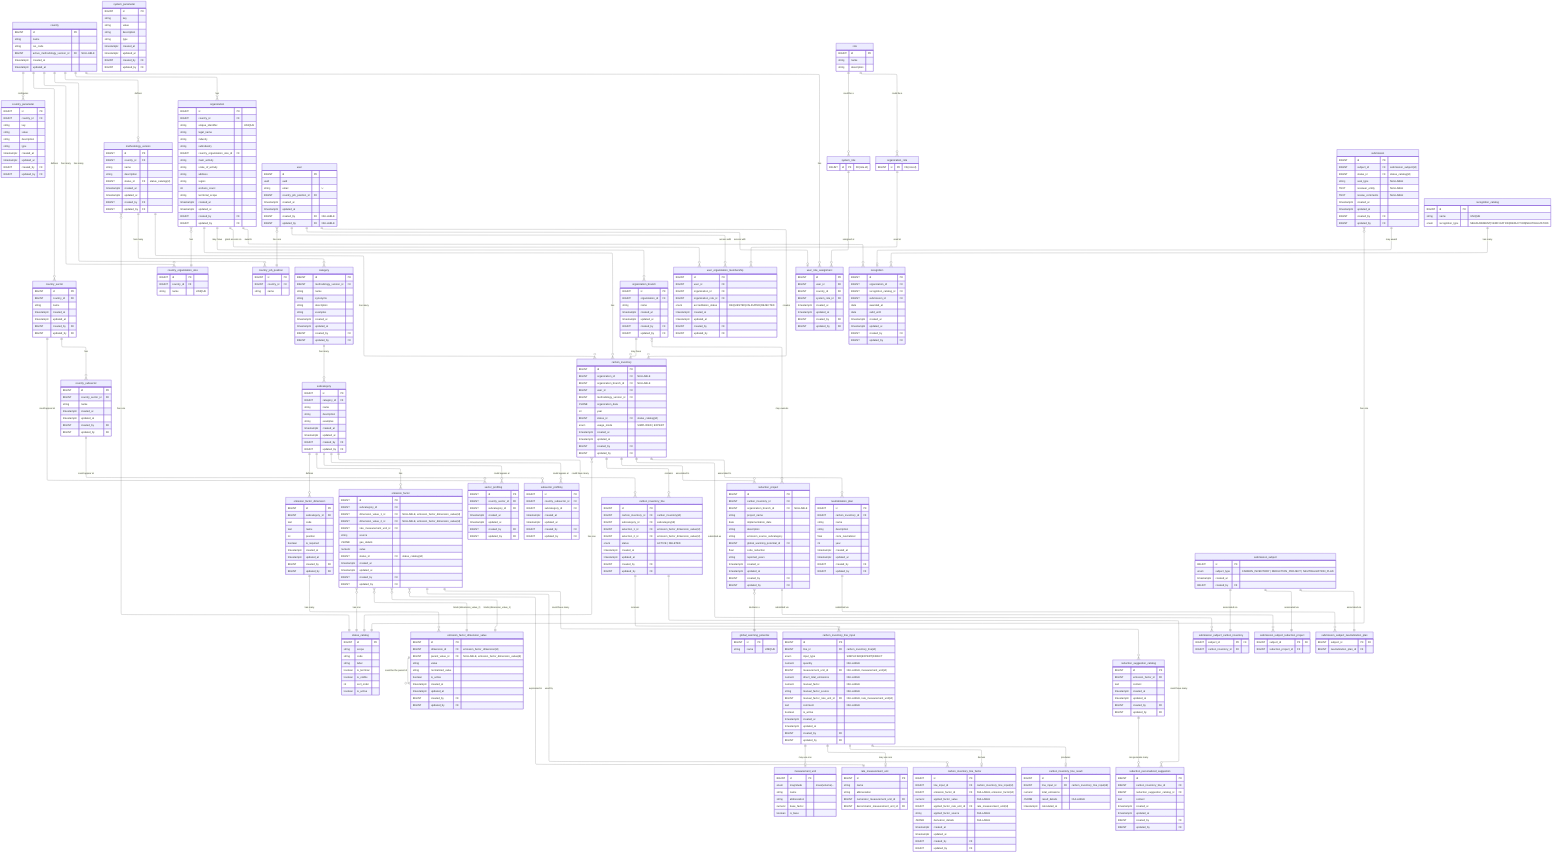
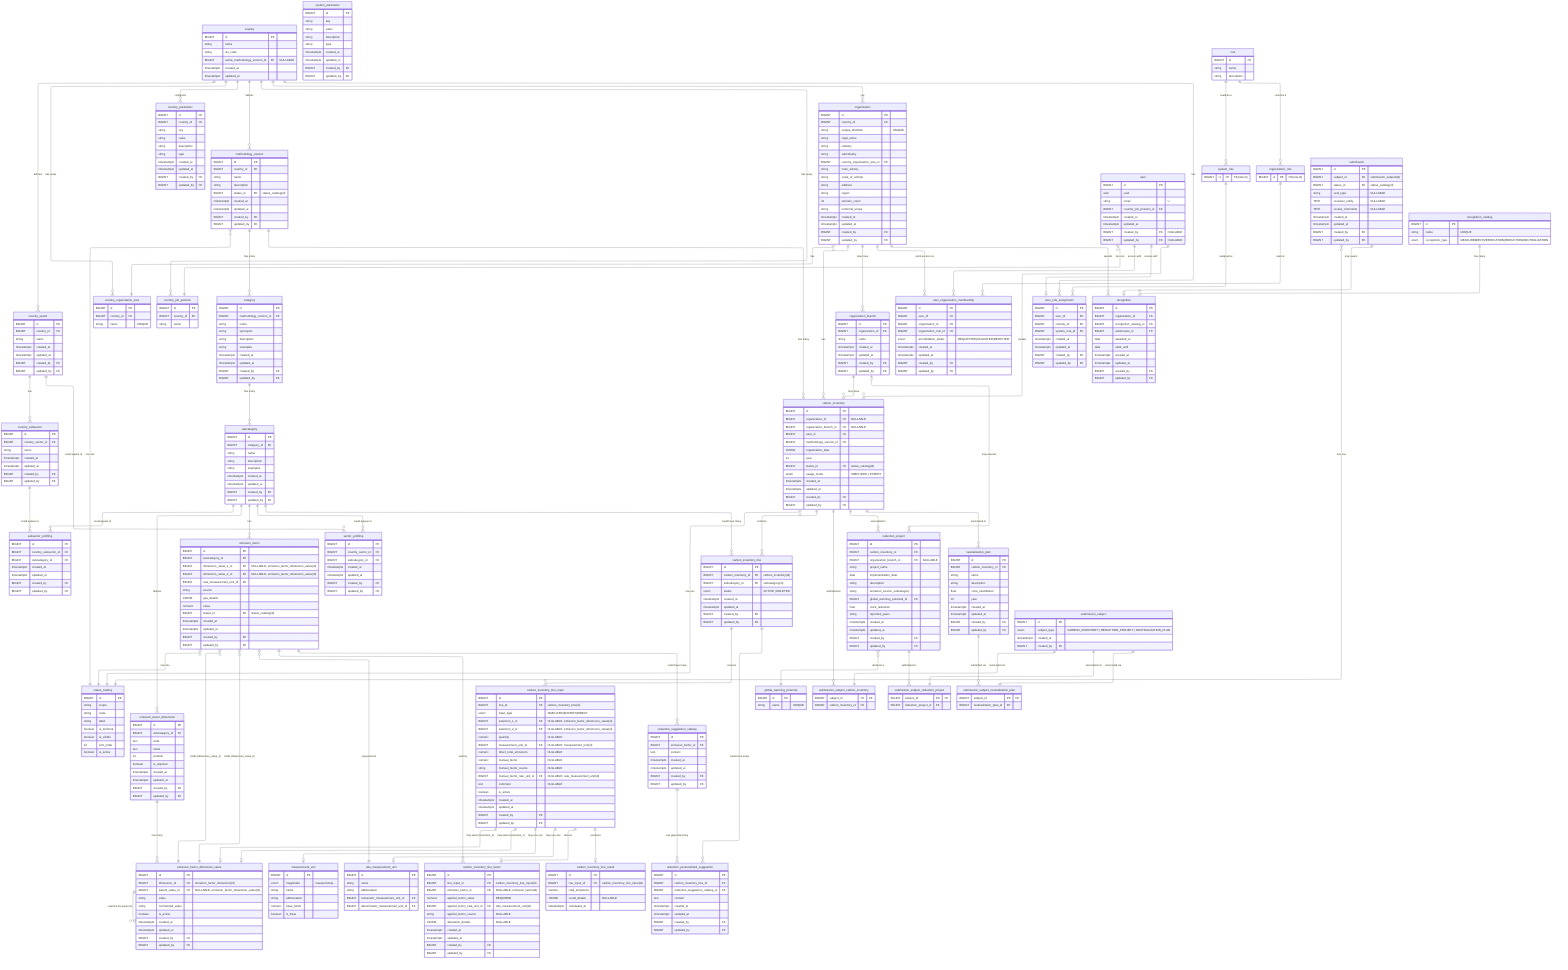
---
config:
  layout: elk
---
erDiagram
	direction TB

	%% ============================================================
	%% DEPRECATED TABLES
	%% ------------------------------------------------------------
	%% The following tables are kept for historical reference only:
	%% - carbon_inventory_detail
	%% They MUST NOT be used for new features.
	%% ============================================================
	%% carbon_inventory_detail {
	%% 	  BIGINT id PK ""
	%% 	  BIGINT carbon_inventory_id FK ""
	%% 	  BIGINT subcategory_id FK ""
	%% 	  enum type "DETAILED | TOTAL"
	%% 	  string first_selection "NULLABLE"
	%% 	  string second_selection "NULLABLE"
	%% 	  float quantity  "NULLABLE"
	%% 	  BIGINT measurement_unit_id FK "NULLABLE"
	%% 	  float factor "NULLABLE"
	%% 	  BIGINT factor_rate_measurement_unit_id FK "NULLABLE"
	%% 	  string factor_source "NULLABLE"
	%% 	  BIGINT emission_factor_id FK "NULLABLE"
	%% 	  float total_emissions "NULLABLE"
	%% 	  text comment  "NULLABLE"
	%% 	  BIGINT status_id FK "status_catalog(id)"
	%% 	  %% Restricciones:
	%% 	  %% Si type==SIMPLIFIED, el usuario llenará first_selection, second_selection, quantity, measurement_unit_id y la plataforma automáticamente escogerá un emission_factor_id y copiará el valor del factor, lo transformará a la misma unidad de medida del usuario y llenará factor y factor_rate_measurement_unit_id. Finalmente hará el P*Q y llenará total_emissions
	%% 	  %% Si type==EXPERT, el usuario llenará first_selection, second_selection, quantity, measurement_unit_id, factor y el factor_source. El factor_rate_measurement_unit_id se escogerá automáticamente según el measurement_unit_id. emission_factor_id será NULL. Finalmente la plataforma hará el P*Q y llenará total_emissions
	%% 	  %% Si type==DIRECT, todas las columnas serán NULL y el usuario ingresará el valor directo a total_emissions.
	%% 	  %% Alternar el type no modificará las filas, sino que marcará las actuales como status=OUTDATED y creará nuevas filas con el type adecuado (si no existen aún). Si ya existían, las recuperará a ACTIVE.
	%% 	  %% Todas las filas con status ACTIVE deben ser del mismo type.
	%% 	  %% Las filas DELETED nunca se recuperan, quedan para trazabilidad.
	%% }

	%% ============================================================
	%% Design Principles
	%% ============================================================

	%% 🔷 Core Modeling Principles
	%% 	1.	Each table has a single, well-defined responsibility
	%% Tables are designed to represent one concept only (e.g. configuration, input, result, workflow), avoiding mixed concerns.

	%% 	2.	Relationships reflect real business rules, not just foreign keys
	%% Cardinalities and optionality are chosen to express domain constraints, not merely technical implementation details.

	%% 	3.	Nullability is intentional and meaningful
	%% Nullable fields indicate valid domain states (e.g. optional associations, draft data), not incomplete design.

	%% ⸻

	%% 🔷 Configuration & Reference Data
	%% 	4.	Reference data is normalized and centralized
	%% Shared concepts (statuses, units, potentials) are defined once and reused across the system.

	%% 	5.	Volatile enums are modeled as tables, not database ENUMs
	%% Any value expected to evolve (statuses, workflows) is stored in catalog tables to avoid schema migrations.

	%% 	6.	Stable physical concepts may use ENUMs
	%% Concepts that are scientifically stable (e.g. unit magnitude, usage mode) may use database ENUMs for safety and clarity.

	%% ⸻

	%% 🔷 Methodology & Emission Factors

	%% 	7.	Methodology is versioned and country-scoped
	%% All categories, subcategories, and factors belong to a specific methodology version tied to a country.

	%% 	8.	Emission factors are defined by standardized dimensions, not free text
	%% User selections and factor matching are driven by normalized dimension values to ensure consistency and correctness.

	%% 	9.	Dimension cardinality reflects domain reality, not generic flexibility
	%% Emission factors support up to two dimensions by design, matching current methodology requirements and admin workflows.

	%% 	10.	Administrative workflows are hierarchical and sequential
	%% New entities are created top-down (category → subcategory → dimension → value → factor), enforcing consistency at each level.

	%% ⸻

	%% 🔷 Inventory & Calculation

	%% 	11.	Input, factor selection, and results are modeled as separate concerns
	%% User input, factor derivation, and calculated results are stored in distinct tables for clarity and auditability.

	%% 	12.	Results are always derived from immutable input snapshots
	%% Calculated emissions reference the exact input used, ensuring reproducibility even if inputs change later.

	%% 	13.	Historical data is preserved; updates create new versions
	%% Changes do not overwrite previous data but create new records, maintaining a complete audit trail.

	%% ⸻

	%% 🔷 Workflow & Submissions

	%% 	14.	Workflows are modeled as data, not booleans
	%% Submissions, approvals, and recognitions are represented explicitly rather than inferred from flags.

	%% 	15.	Polymorphism is handled via explicit subject tables
	%% Submissions reference a generic subject entity with concrete subtype tables, avoiding nullable polymorphic foreign keys.

	%% 	16.	Recognitions are awarded based on submissions, not raw entities
	%% This ensures all awards are traceable to a validated review process.

	%% ⸻

	%% 🔷 Audit & Governance

	%% 	17.	Audit fields are applied based on responsibility and mutability
	%% Operational tables are auditable; reference and system-owned tables may omit audit fields by design.

	%% 	18.	System-generated data does not pretend to have an author
	%% Automatically calculated results record timestamps but not created_by or updated_by.

	%% 	19.	Database constraints enforce correctness wherever possible
	%% Uniqueness, consistency, and invariants are enforced at the database level rather than relying solely on application logic.


	%% ⸻

	%% 🔷 Evolution & Maintainability

	%% 	20.	Design favors clarity and correctness over premature generalization
	%% Flexibility is introduced only when driven by real domain requirements, not hypothetical future use cases.

	%% 	21.	Future extensions are possible without breaking existing data
	%% The model anticipates evolution (e.g. new methodologies, new workflows) while keeping current usage simple and explicit.

	%% ⸻

	%% These principles are intentional.
	%% Changes to the model should preserve these invariants unless there is a clear domain-driven reason to evolve them.

	%% ============================================================
	%% 🟦 Country & configuration (7)
	%% ============================================================

	country {
		BIGINT id PK ""
		string name  ""
		string iso_code  ""
		BIGINT active_methodology_version_id FK "NULLABLE"
		timestamptz created_at  ""
		timestamptz updated_at  ""
	}

	country_parameter {
		BIGINT id PK ""
		BIGINT country_id FK ""
		string key  ""
		string value  ""
		string description  ""
		string type  ""
		timestamptz created_at  ""
		timestamptz updated_at  ""
		BIGINT created_by FK ""
		BIGINT updated_by FK ""
	}

	system_parameter {
		BIGINT id PK ""
		string key  ""
		string value  ""
		string description  ""
		string type  ""
		timestamptz created_at  ""
		timestamptz updated_at  ""
		BIGINT created_by FK ""
		BIGINT updated_by FK ""
	}

	country_sector {
		BIGINT id PK ""
		BIGINT country_id FK ""
		string name  ""
		timestamptz created_at  ""
		timestamptz updated_at  ""
		BIGINT created_by FK ""
		BIGINT updated_by FK ""
	}

	country_subsector {
		BIGINT id PK ""
		BIGINT country_sector_id FK ""
		string name  ""
		timestamptz created_at  ""
		timestamptz updated_at  ""
		BIGINT created_by FK ""
		BIGINT updated_by FK ""
	}

	country_organization_size {
		BIGINT id PK ""
		BIGINT country_id FK ""
		string name  "UNIQUE"
	}

	country_job_position {
		BIGINT id PK ""
		BIGINT country_id FK ""
		string name  ""
	}

	%% Postgres ENUM is great when values are stable forever (e.g., magnitude = mass|volume|energy). It becomes painful when values are product-managed and will evolve (status workflows, modes, etc.).
	status_catalog {
		BIGINT id PK ""
		%% Like: SUBMISSION | CARBON_INVENTORY | ENTITY
		string scope
		%% Like: DRAFT, ACTIVE, DELETED, OUTDATED, SUBMITTED, APPROVED, REJECTED, ...
		string code
		string label
		boolean is_terminal ""
		boolean is_visible ""
		int sort_order ""
		boolean is_active ""
		%% UNIQUE(scope, code)
		%% To prevent misuse we will use convention & tests
		%% To avoid misuse we will implement DB trigger to validate status.scope against the referencing table
	}

	%% ============================================================
	%% 🟩 Methodology & factors (9)
	%% ============================================================

	methodology_version {
		BIGINT id PK ""
		BIGINT country_id FK ""
		string name  ""
		string description  ""
		%% Uses all status values
		BIGINT status_id FK "status_catalog(id)"
		timestamptz created_at  ""
		timestamptz updated_at  ""
		BIGINT created_by FK ""
		BIGINT updated_by FK ""
		%% Enforce via trigger at most 1 active per country
		%% Enforce via DB trigger on country table: validates country.active_methodology_version_id (when NOT NULL) references a methodology_version row where status_id points to status_catalog with code='ACTIVE'. Trigger runs BEFORE INSERT/UPDATE on country, raises error if validation fails. Implementation: CREATE TRIGGER validate_country_active_methodology_version BEFORE INSERT OR UPDATE ON country FOR EACH ROW EXECUTE FUNCTION check_active_methodology_version_status()
	}

	category {
		BIGINT id PK ""
		BIGINT methodology_version_id FK ""
		string name  ""
		%% just for displaying
		string synonyms ""
		%% just for displaying
		string description  ""
		%% just for displaying
		string examples ""
		timestamptz created_at  ""
		timestamptz updated_at  ""
		BIGINT created_by FK ""
		BIGINT updated_by FK ""
	}

	subcategory {
		BIGINT id PK ""
		BIGINT category_id FK ""
		string name  ""
		%% just for displaying
		string description  ""
		%% just for displaying
		string examples ""
		timestamptz created_at  ""
		timestamptz updated_at  ""
		BIGINT created_by FK ""
		BIGINT updated_by FK ""
	}

	emission_factor_dimension {
		BIGINT id PK ""
		BIGINT subcategory_id FK ""
		%% Like: FUEL_GROUP, FUEL_TYPE, GAS_TYPE
		text code ""
		%% Like: Tipo de combustible, Tipo de gas
		text name ""
		%% Like: 1, 2, 3 (order in UI & logic)
		int position ""
		boolean is_required ""
		timestamptz created_at  ""
		timestamptz updated_at  ""
		BIGINT created_by FK ""
		BIGINT updated_by FK ""
		%% UNIQUE(subcategory_id, position),
		%% UNIQUE(subcategory_id, code)
	}

	emission_factor_dimension_value {
		BIGINT id PK ""
		BIGINT dimension_id FK "emission_factor_dimension(id)"
		BIGINT parent_value_id FK "NULLABLE, emission_factor_dimension_value(id)"
		%% Like: Natural gas, Diesel, Kerosene, etc
		string value ""
		string normalized_value ""
		boolean is_active ""
		timestamptz created_at  ""
		timestamptz updated_at  ""
		BIGINT created_by FK ""
		BIGINT updated_by FK ""
		%% UNIQUE(dimension_id, normalized_value)
	}

	emission_factor {
		BIGINT id PK ""
		BIGINT subcategory_id FK ""
		%% Emission factors currently support up to two dimensions via fixed columns.
		%% A binding table was considered for unbounded dimensions but intentionally not used to keep queries and constraints simple.
		BIGINT dimension_value_1_id FK "NULLABLE, emission_factor_dimension_value(id)"
		BIGINT dimension_value_2_id FK "NULLABLE, emission_factor_dimension_value(id)"
		BIGINT rate_measurement_unit_id FK ""
		string source  ""
		JSONB gas_details ""
		numeric value  ""
		%% Uses all status values
		BIGINT status_id FK "status_catalog(id)"
		timestamptz created_at  ""
		timestamptz updated_at  ""
		BIGINT created_by FK ""
		BIGINT updated_by FK ""
		%% Enforce UNIQUE (subcategory_id, dimension_value_1_id, dimension_value_2_id) WHERE status = 'ACTIVE'
	}

	sector_profiling {
		BIGINT id PK ""
		BIGINT country_sector_id FK ""
		BIGINT subcategory_id FK ""
		timestamptz created_at  ""
		timestamptz updated_at  ""
		BIGINT created_by FK ""
		BIGINT updated_by FK ""
		%% UNIQUE(country_sector_id, subcategory_id)
	}

	subsector_profiling {
		BIGINT id PK ""
		BIGINT country_subsector_id FK ""
		BIGINT subcategory_id FK ""
		timestamptz created_at  ""
		timestamptz updated_at  ""
		BIGINT created_by FK ""
		BIGINT updated_by FK ""
		%% UNIQUE(country_subsector_id, subcategory_id)
	}

	measurement_unit {
		BIGINT id PK ""
		enum magnitude  "mass|volume|..."
		string name  ""
		string abbreviation  ""
		numeric base_factor  ""
		boolean is_base  ""
		%% Enforce UNIQUE (magnitude) WHERE is_base = true
	}

	rate_measurement_unit {
		BIGINT id PK ""
		string name  ""
		string abbreviation  ""
		BIGINT numerator_measurement_unit_id FK ""
		BIGINT denominator_measurement_unit_id FK ""
	}

	global_warming_potential {
		BIGINT id PK ""
		string name "UNIQUE"
		%% AR4, AR5, etc...
	}

	%% ============================================================
	%% 🟨 Organizations & users (8)
	%% ============================================================

	organization {
		BIGINT id PK ""
		BIGINT country_id FK ""
		string unique_identifier  "UNIQUE"
		string legal_name  ""
		string industry  ""
		string subindustry  ""
		BIGINT country_organization_size_id FK ""
		string main_activity  ""
		string scale_of_activity  ""
		string address  ""
		string region  ""
		int workers_count  ""
		string territorial_scope  ""
		timestamptz created_at  ""
		timestamptz updated_at  ""
		BIGINT created_by FK ""
		BIGINT updated_by FK ""
	}

	organization_branch {
		BIGINT id PK ""
		BIGINT organization_id FK ""
		string name  ""
		timestamptz created_at  ""
		timestamptz updated_at  ""
		BIGINT created_by FK ""
		BIGINT updated_by FK ""
	}

	user {
		BIGINT id PK ""
		uuid uuid  ""
		string email  "U"
		BIGINT country_job_position_id FK ""
		timestamptz created_at  ""
		timestamptz updated_at  ""
		BIGINT created_by FK "NULLABLE"
		BIGINT updated_by FK "NULLABLE"
	}

	%% abstract parent table
	role {
		BIGINT id PK ""
		string name ""
		string description ""
	}

	system_role {
		BIGINT id PK "FK(role.id)"
	}

	organization_role {
		BIGINT id PK "FK(role.id)"
	}

	user_organization_membership {
		BIGINT id PK ""
		BIGINT user_id FK ""
		BIGINT organization_id FK ""
		BIGINT organization_role_id FK ""
		enum accreditation_status  "REQUESTED|VALIDATED|REJECTED"
		timestamptz created_at  ""
		timestamptz updated_at  ""
		BIGINT created_by FK ""
		BIGINT updated_by FK ""
		%% UNIQUE(user_id, organization_id, organization_role_id)
	}

	user_role_assignment {
		BIGINT id PK ""
		BIGINT user_id FK ""
		BIGINT country_id FK ""
		BIGINT system_role_id FK ""
		timestamptz created_at  ""
		timestamptz updated_at  ""
		BIGINT created_by FK ""
		BIGINT updated_by FK ""
		%% UNIQUE(user_id, country_id, system_role_id)
	}

	%% ============================================================
	%% 🟧 Inventory & calculation (9)
	%% ============================================================

	%% organization & organization_branch will be NULL when user does not belongs to any org.
	carbon_inventory {
		BIGINT id PK ""
		BIGINT organization_id FK "NULLABLE"
		BIGINT organization_branch_id FK "NULLABLE"
		BIGINT user_id FK ""
		BIGINT methodology_version_id FK ""
		JSONB organization_data  ""
		int year  ""
		BIGINT status_id FK "status_catalog(id)"
		%% Using an enum because we are 100% sure it will never change
		enum usage_mode  "SIMPLIFIED | EXPERT"
		timestamptz created_at  ""
		timestamptz updated_at  ""
		BIGINT created_by FK ""
		BIGINT updated_by FK ""
		%% CHECK ((organization_id IS NOT NULL AND organization_branch_id IS NULL) OR (organization_branch_id IS NOT NULL))
	}

- 	%% A “line” represents what is being measured (subcategory + optional selections) for a given inventory.
- 	%% We do not store quantities/factors here. It’s the anchor.
+ 	%% A "line" represents what is being measured (subcategory) for a given inventory.
+ 	%% We do not store quantities/factors/selections here. It's the anchor.
	carbon_inventory_line {
		BIGINT id PK ""
		BIGINT carbon_inventory_id FK "carbon_inventory(id)"
		BIGINT subcategory_id FK "subcategory(id)"

- 		%% the "dimension selections" (more on dimension standardization in section 4)
- 		BIGINT selection_1_id FK "emission_factor_dimension_value(id)"
- 		BIGINT selection_2_id FK "emission_factor_dimension_value(id)"
- 
		enum status "ACTIVE | DELETED"
		timestamptz created_at  ""
		timestamptz updated_at  ""
		BIGINT created_by FK ""
		BIGINT updated_by FK ""
- 		%% Avoid duplicate active lines for same inventory+subcategory+selections
- 		%% UNIQUE(carbon_inventory_id, subcategory_id, selection_1_id, selection_2_id) WHERE status='ACTIVE'
	}

	carbon_inventory_line_input {
		BIGINT id PK ""
		BIGINT line_id FK "carbon_inventory_line(id)"
		enum input_type "SIMPLIFIED|EXPERT|DIRECT"
+ 
+ 		%% the "dimension selections" (more on dimension standardization in section 4)
+ 		BIGINT selection_1_id FK "NULLABLE, emission_factor_dimension_value(id)"
+ 		BIGINT selection_2_id FK "NULLABLE, emission_factor_dimension_value(id)"
+ 
		numeric quantity "NULLABLE"
		BIGINT measurement_unit_id FK "NULLABLE, measurement_unit(id)"

		%% For DIRECT mode:
		numeric direct_total_emissions "NULLABLE"

		%% For EXPERT mode:
		numeric manual_factor "NULLABLE"
		string manual_factor_source "NULLABLE"
		BIGINT manual_factor_rate_unit_id FK "NULLABLE, rate_measurement_unit(id)"

		text comment "NULLABLE"
		boolean is_active ""
		timestamptz created_at  ""
		timestamptz updated_at  ""
		BIGINT created_by FK ""
		BIGINT updated_by FK ""
		%% Enforce only one active input per line: UNIQUE(line_id) WHERE is_active = true
	}

- 	%% This stores “what factor did we use, after conversions, and why” so results are reproducible.
+ 	%% This stores "what factor did we use, after conversions, and why" so results are reproducible.
	carbon_inventory_line_factor {
		BIGINT id PK ""
		BIGINT line_input_id FK "carbon_inventory_line_input(id)"

		%% chosen factor: either from catalog (simplified) or null for expert/direct
		BIGINT emission_factor_id FK "NULLABLE, emission_factor(id)"

		%% normalized factor actually used in the computation (post-conversion)
- 		numeric applied_factor_value "NULLABLE"
+ 		%% REQUIRED: Must always be present for result reproducibility
+ 		numeric applied_factor_value "REQUIRED"
		BIGINT applied_factor_rate_unit_id FK "rate_measurement_unit(id)"
		string applied_factor_source "NULLABLE"

		%% optionally store a JSON blob explaining conversion steps for auditability
		JSONB derivation_details "NULLABLE"

		timestamptz created_at  ""
		timestamptz updated_at  ""
		BIGINT created_by FK ""
		BIGINT updated_by FK ""
		%% Enforce 1 factor row per input: UNIQUE(line_input_id)
	}

	carbon_inventory_line_result {
		BIGINT id PK ""
		BIGINT line_input_id FK "carbon_inventory_line_input(id)"
		numeric total_emissions ""
		%% optionally store breakdown: per-gas, CO2e, etc.
		JSONB result_details "NULLABLE"
		timestamptz calculated_at ""
		%% Ensure 1 result per input: UNIQUE(line_input_id)
	}

	reduction_suggestion_catalog {
		BIGINT id PK ""
		BIGINT emission_factor_id FK ""
		text content  ""
		timestamptz created_at  ""
		timestamptz updated_at  ""
		BIGINT created_by FK ""
		BIGINT updated_by FK ""
	}

	%% We plan to create these suggestion with AI
	reduction_personalized_suggestion {
		BIGINT id PK ""
		BIGINT carbon_inventory_line_id FK ""
		BIGINT reduction_suggestion_catalog_id FK ""
		text content  ""
		timestamptz created_at  ""
		timestamptz updated_at  ""
		BIGINT created_by FK ""
		BIGINT updated_by FK ""
	}

	reduction_project {
		BIGINT id PK ""
		BIGINT carbon_inventory_id FK ""
		BIGINT organization_branch_id FK "NULLABLE"
		string project_name  ""
		date implementation_date  ""
		string description  ""
		string emission_source_subcategory  ""
		BIGINT global_warming_potential_id FK ""
		float co2e_reduction  ""
		string reported_years  ""
		timestamptz created_at  ""
		timestamptz updated_at  ""
		BIGINT created_by FK ""
		BIGINT updated_by FK ""
	}

	neutralization_plan {
		BIGINT id PK ""
		BIGINT carbon_inventory_id FK ""
		string name  ""
		string description  ""
		float co2e_neutralized  ""
		int year  ""
		timestamptz created_at  ""
		timestamptz updated_at  ""
		BIGINT created_by FK ""
		BIGINT updated_by FK ""
	}

	%% ============================================================
	%% 🟥 Submissions & recognition (7)
	%% ============================================================

	%% Read the docs about the submissions model design here: https://www.notion.so/Modelo-E-R-para-Submissions-2d318d2c8901805ab8f9eed2a9d9d702?source=copy_link
	%% The data within this table is immutable once created
	submission_subject {
		BIGINT id PK ""
		enum subject_type "CARBON_INVENTORY | REDUCTION_PROJECT | NEUTRALIZATION_PLAN"
		timestamptz created_at  ""
		BIGINT created_by FK ""
	}

	%% The data within this table is immutable once created
	submission_subject_carbon_inventory {
		BIGINT subject_id PK "FK"
		BIGINT carbon_inventory_id FK ""
	}

	%% The data within this table is immutable once created
	submission_subject_reduction_project {
		BIGINT subject_id PK "FK"
		BIGINT reduction_project_id FK ""
	}

	%% The data within this table is immutable once created
	submission_subject_neutralization_plan {
		BIGINT subject_id PK "FK"
		BIGINT neutralization_plan_id FK ""
	}

	submission {
		BIGINT id PK ""
		BIGINT subject_id FK "submission_subject(id)"
		BIGINT status_id FK "status_catalog(id)"
		string seal_type  "NULLABLE"
		TEXT reviewer_entity "NULLABLE"
		TEXT review_comments "NULLABLE"
		timestamptz created_at  ""
		timestamptz updated_at  ""
		BIGINT created_by FK ""
		BIGINT updated_by FK ""
	}

	recognition_catalog {
		BIGINT id PK ""
		string name "UNIQUE"
		enum recognition_type  "MEASUREMENT|VERIFICATION|REDUCTION|NEUTRALIZATION"
	}

	recognition {
		BIGINT id PK ""
		BIGINT organization_id FK ""
		BIGINT recognition_catalog_id FK ""
		BIGINT submission_id FK ""
		date awarded_at  ""
		date valid_until  ""
		timestamptz created_at  ""
		timestamptz updated_at  ""
		BIGINT created_by FK ""
		BIGINT updated_by FK ""
	}

	%% ============================================================
	%% Others
	%% ============================================================


%% ============================================================
%% Relationships
%% ============================================================

country
	country ||--o{ country_parameter : "configures"
	country ||--o{ country_sector : "defines"
	country ||--o{ methodology_version : "defines"
	country ||--o{ organization : "has"
	country ||--o{ user_role_assignment : "has"
	country ||--o{ country_organization_size: "has many"
	country ||--o{ country_job_position : "has many"

country_sector
	country_sector ||--o{ country_subsector : "has"
	country_sector ||--o{ sector_profiling : "could appear at"

country_subsector
	country_subsector ||--o{ subsector_profiling : "could appear at"

organization
	organization ||--o{ carbon_inventory : "has"
	organization ||--o{ organization_branch : "may have"
	organization ||--o{ recognition : "awards"
	organization ||--o{ user_organization_membership : "grant access via"
	organization }o--|| country_organization_size : "has"

organization_branch
	organization_branch |o--o{ reduction_project : "may execute"
	organization_branch ||--o{ carbon_inventory : "may have"

recognition_catalog
	recognition_catalog ||--o{ recognition  : "has many"

role
	role ||--o{ system_role : "could be a"
	role ||--o{ organization_role : "could be a"
	organization_role ||--o{ user_organization_membership : "used at"
	system_role ||--o{ user_role_assignment : "assigned at"

user
	user ||--o{ carbon_inventory : "creates"
	user ||--o{ user_organization_membership : "access with"
	user }o--|| country_job_position : "has one"
	user ||--o| user_role_assignment : "access with"

methodology_version
	methodology_version ||--o{ carbon_inventory : "has many"
	methodology_version ||--o{ category : "has many"
	methodology_version }o--|| status_catalog : "has one"

category
	category ||--o{ subcategory : "has many"

subcategory
	subcategory ||--o{ emission_factor_dimension: "defines"
	%% A subcategory may exist with zero emission factors:
	subcategory ||--o{ emission_factor: "has"
	subcategory ||--o{ sector_profiling: "could appear at"
	subcategory ||--o{ subsector_profiling: "could appear at"
	subcategory ||--o{ carbon_inventory_line: "could have many"

emission_factor_dimension
	emission_factor_dimension ||--o{ emission_factor_dimension_value : "has many"

emission_factor_dimension_value
	emission_factor_dimension_value ||--o{ emission_factor_dimension_value : "could be the parent of"

emission_factor
	emission_factor ||--o{ reduction_suggestion_catalog : "could have many"
	emission_factor ||--o{ carbon_inventory_line_factor : "used by"
	emission_factor }o--|| rate_measurement_unit : "expressed in"
	emission_factor }o--|| status_catalog : "has one"
	%% At most 2 values, depending on subcategory configuration:
	emission_factor }o--|| emission_factor_dimension_value : "binds (dimension_value_1)"
	emission_factor }o--|| emission_factor_dimension_value : "binds (dimension_value_2)"

carbon_inventory
	carbon_inventory ||--o{ carbon_inventory_line: "contains"
	carbon_inventory ||--o{ submission_subject_carbon_inventory: "submitted as"
	carbon_inventory ||--o{ neutralization_plan: "associated to"
	carbon_inventory ||--o{ reduction_project: "associated to"
	carbon_inventory }o--|| status_catalog: "has one"

carbon_inventory_line
	carbon_inventory_line ||--o{ reduction_personalized_suggestion: "could have many"
	carbon_inventory_line ||--o{ carbon_inventory_line_input: "receives"

carbon_inventory_line_input
+ 	carbon_inventory_line_input ||--o| emission_factor_dimension_value: "may select (selection_1)"
+ 	carbon_inventory_line_input ||--o| emission_factor_dimension_value: "may select (selection_2)"
	carbon_inventory_line_input ||--o| measurement_unit: "may use one"
	carbon_inventory_line_input ||--o| rate_measurement_unit: "may use one"
	carbon_inventory_line_input ||--o| carbon_inventory_line_factor: "derives"
	carbon_inventory_line_input ||--o| carbon_inventory_line_result: "produces"

submission_subject
	submission_subject ||--|| submission_subject_carbon_inventory : "associated via"
	submission_subject ||--|| submission_subject_reduction_project : "associated via"
	submission_subject ||--|| submission_subject_neutralization_plan : "associated via"

submission
	submission ||--o| recognition: "may award"
	submission }o--|| status_catalog: "has one"

neutralization_plan
	neutralization_plan ||--o{ submission_subject_neutralization_plan : "submitted via"

reduction_project
	reduction_project ||--o{ submission_subject_reduction_project : "submitted via"
	reduction_project }o--|| global_warming_potential : "declares a"

reduction_suggestion_catalog
	reduction_suggestion_catalog ||--o{ reduction_personalized_suggestion : "can generate many"